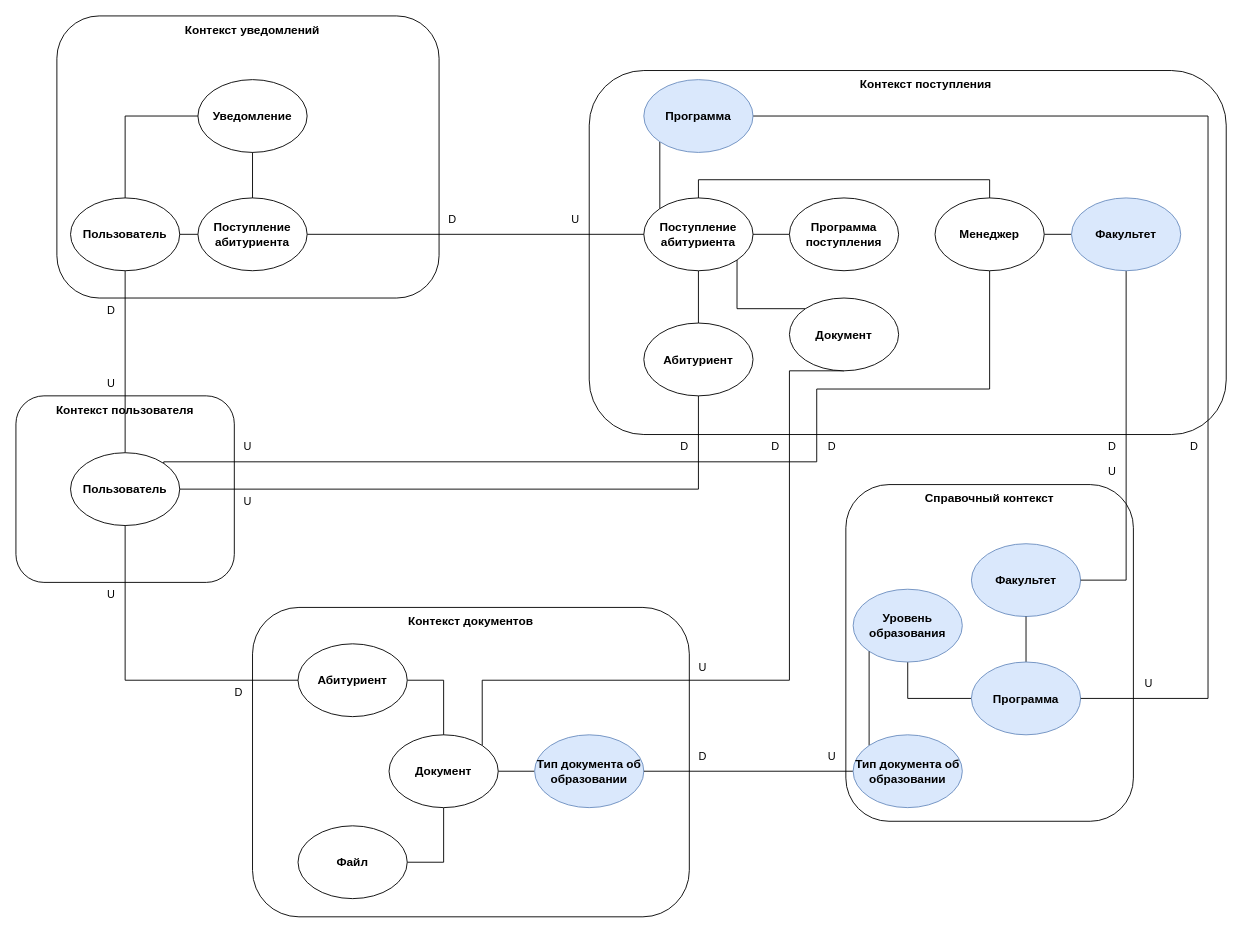
Above: page "Набросок контекстов" (2 of 11) of Applicant's personal account.drawio in mikhail-belii/apa-system-backend (draw.io), before the change. Source tidied: cells renumbered, new cells numbered last; positions are measured from the earlier drawing's top-left corner, leaving out a move shared by most shapes. Both pictures are drawn from the tidied source at 91%, with x=0, y=0 at pixel (15, 15).
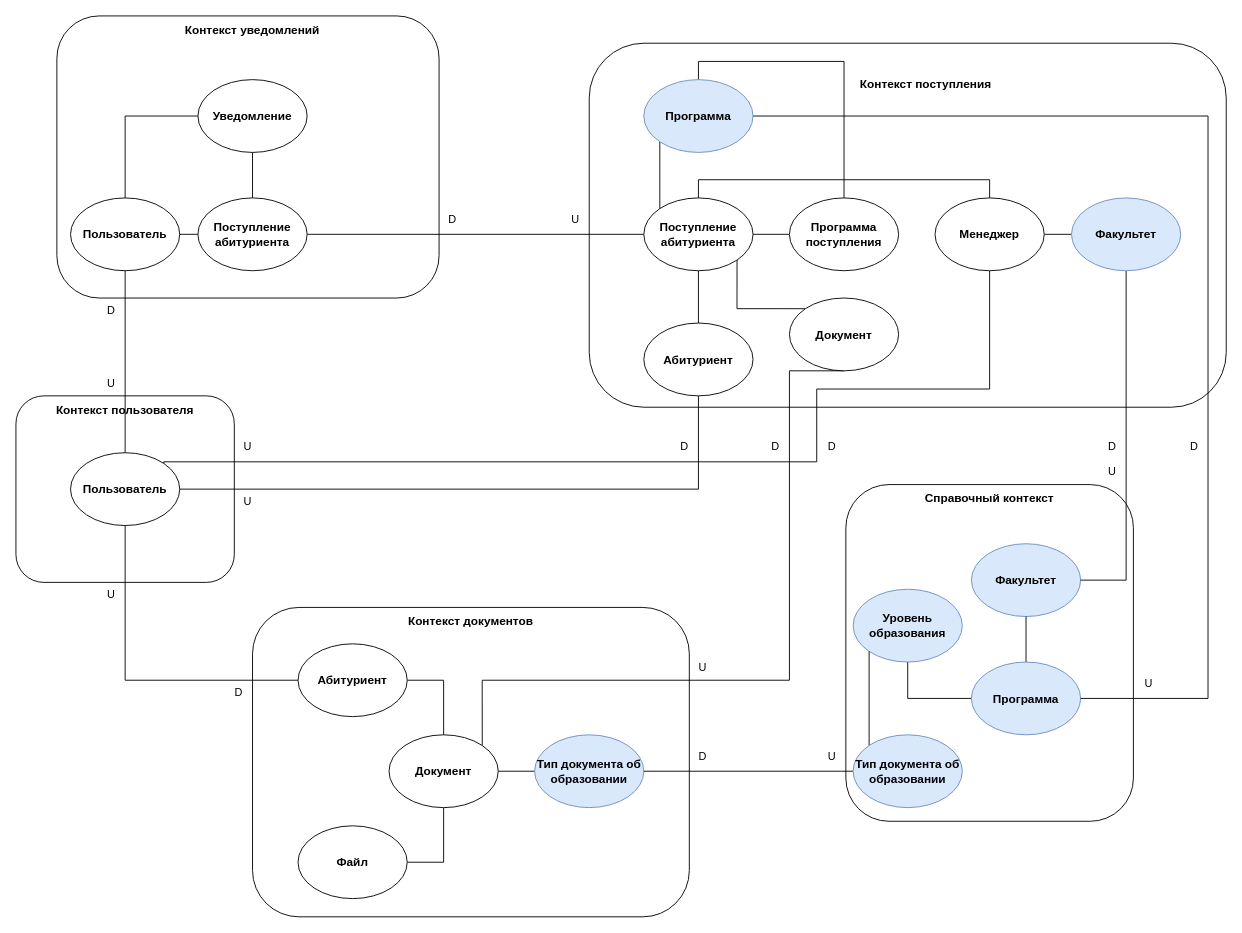
The same page after the edit.

The change refers to these unchanged cells:
```xml
<mxCell id="39" value="Программа поступления" style="ellipse;whiteSpace=wrap;html=1;fontStyle=1;fontSize=13;" parent="1" vertex="1">
  <mxGeometry x="850" y="200" width="120" height="80" as="geometry" />
</mxCell>
<mxCell id="46" value="Программа" style="ellipse;whiteSpace=wrap;html=1;fontStyle=1;fontSize=13;fillColor=#dae8fc;strokeColor=#6c8ebf;" parent="1" vertex="1">
  <mxGeometry x="690" y="70" width="120" height="80" as="geometry" />
</mxCell>
```

Diff of the diagram source:
```diff
@@
+    <mxCell id="73" style="edgeStyle=orthogonalEdgeStyle;rounded=0;jettySize=auto;html=1;entryX=0.5;entryY=0;entryDx=0;entryDy=0;exitX=0.5;exitY=0;exitDx=0;exitDy=0;endArrow=none;endFill=0;" parent="1" edge="1" source="39" target="46">
+      <mxGeometry relative="1" as="geometry" />
+    </mxCell>
@@
     <mxCell id="47" style="rounded=1;whiteSpace=wrap;html=1;fillColor=none;fontColor=default;shadow=0;glass=0;" parent="1" vertex="1">
-      <mxGeometry x="630" y="60" width="700" height="400" as="geometry" />
+      <mxGeometry x="630" y="30" width="700" height="400" as="geometry" />
     </mxCell>
```
